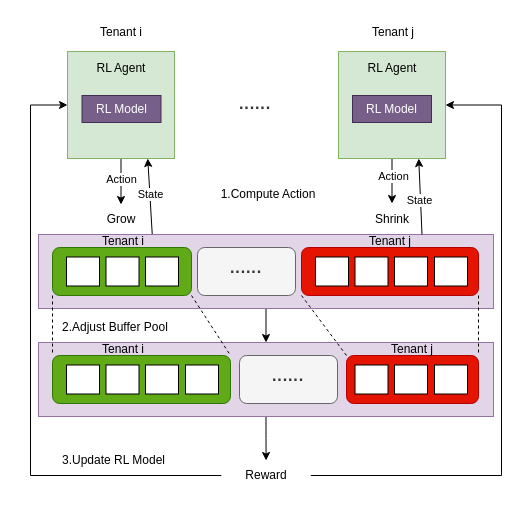
K111DK/Network-utils keeps this draw.io diagram as 未命名绘图.drawio. Above is the earlier version. Source tidied: cells renumbered, new cells numbered last; positions are measured from the earlier drawing's top-left corner, leaving out a move shared by most shapes. Both pictures are drawn from the tidied source at 100%, with x=0, y=0 at pixel (17, 25).
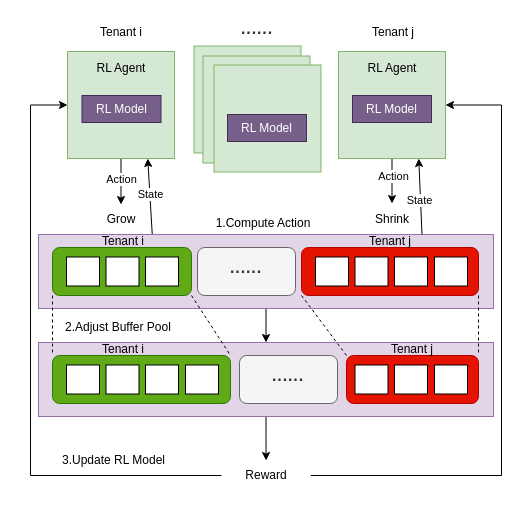
The same diagram, later.

Commit message (it also covers changes not shown here):
更新未命名绘图.drawio

Diff of the diagram source:
```diff
@@
     <mxCell id="52" value="&lt;span style=&quot;color: rgb(51, 51, 51); font-size: 16px;&quot;&gt;&lt;b&gt;·&lt;/b&gt;&lt;/span&gt;&lt;b style=&quot;color: rgb(51, 51, 51); font-size: 16px;&quot;&gt;·&lt;/b&gt;&lt;b style=&quot;color: rgb(51, 51, 51); font-size: 16px;&quot;&gt;·&lt;/b&gt;&lt;b style=&quot;color: rgb(51, 51, 51); font-size: 16px;&quot;&gt;·&lt;/b&gt;&lt;b style=&quot;color: rgb(51, 51, 51); font-size: 16px;&quot;&gt;·&lt;/b&gt;&lt;b style=&quot;color: rgb(51, 51, 51); font-size: 16px;&quot;&gt;·&lt;/b&gt;" style="text;html=1;whiteSpace=wrap;strokeColor=none;fillColor=none;align=center;verticalAlign=middle;rounded=0;" parent="1" vertex="1">
-      <mxGeometry x="208" y="67" width="60" height="30" as="geometry" />
+      <mxGeometry x="210" y="-8" width="60" height="30" as="geometry" />
     </mxCell>
     <mxCell id="53" value="2.Adjust Buffer Pool" style="text;html=1;whiteSpace=wrap;strokeColor=none;fillColor=none;align=left;verticalAlign=middle;rounded=0;" parent="1" vertex="1">
-      <mxGeometry x="43" y="287" width="147" height="30" as="geometry" />
+      <mxGeometry x="46" y="287" width="147" height="30" as="geometry" />
     </mxCell>
@@
     <mxCell id="58" value="1.Compute Action" style="text;html=1;whiteSpace=wrap;strokeColor=none;fillColor=none;align=center;verticalAlign=middle;rounded=0;" parent="1" vertex="1">
-      <mxGeometry x="160.5" y="154" width="179.5" height="30" as="geometry" />
+      <mxGeometry x="155.5" y="183" width="179.5" height="30" as="geometry" />
     </mxCell>
@@
+    <mxCell id="60" style="whiteSpace=wrap;html=1;align=center;fillColor=#d5e8d4;strokeColor=#82b366;" parent="1" vertex="1">
+      <mxGeometry x="176.5" y="20.5" width="107" height="107" as="geometry" />
+    </mxCell>
+    <mxCell id="61" style="whiteSpace=wrap;html=1;align=center;fillColor=#d5e8d4;strokeColor=#82b366;" parent="1" vertex="1">
+      <mxGeometry x="185.5" y="30.5" width="107" height="107" as="geometry" />
+    </mxCell>
+    <mxCell id="62" style="whiteSpace=wrap;html=1;align=center;fillColor=#d5e8d4;strokeColor=#82b366;" parent="1" vertex="1">
+      <mxGeometry x="196.5" y="39.5" width="107" height="107" as="geometry" />
+    </mxCell>
+    <mxCell id="63" value="RL Model" style="rounded=0;whiteSpace=wrap;html=1;fillColor=#76608a;fontColor=#ffffff;strokeColor=#432D57;" parent="1" vertex="1">
+      <mxGeometry x="210" y="89" width="79" height="27" as="geometry" />
+    </mxCell>
```
